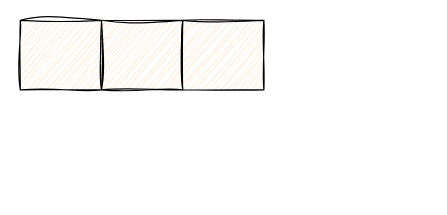
Before: tools/未命名绘图.drawio in webhairking/fe-interview, a draw.io diagram. Source tidied: cells renumbered, new cells numbered last; positions are measured from the earlier drawing's top-left corner, leaving out a move shared by most shapes. Both pictures are drawn from the tidied source at 116%, with x=0, y=0 at pixel (20, 20).
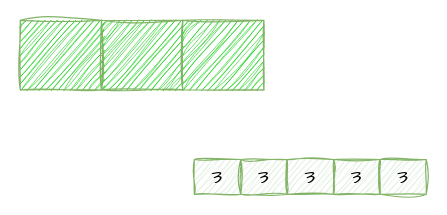
The same diagram, later.

What changed in the source:
```diff
@@
 <mxGraphModel>
   <root>
     <mxCell id="0" />
     <mxCell id="1" parent="0" />
-    <mxCell id="2" style="rounded=0;whiteSpace=wrap;html=1;fillColor=#ffe6cc;strokeColor=default;fillStyle=auto;shadow=0;sketch=1;curveFitting=1;jiggle=2;" parent="1" vertex="1">
+    <mxCell id="2" style="rounded=0;whiteSpace=wrap;html=1;fillColor=#00CC00;strokeColor=#82b366;fillStyle=auto;shadow=0;sketch=1;curveFitting=1;jiggle=2;" parent="1" vertex="1">
       <mxGeometry width="70" height="60" as="geometry" />
     </mxCell>
-    <mxCell id="3" style="whiteSpace=wrap;html=1;fillColor=#ffe6cc;rounded=0;fillStyle=auto;shadow=0;sketch=1;curveFitting=1;jiggle=2;" parent="1" vertex="1">
+    <mxCell id="3" style="whiteSpace=wrap;html=1;fillColor=#00CC00;rounded=0;fillStyle=auto;shadow=0;sketch=1;curveFitting=1;jiggle=2;strokeColor=#82b366;" parent="1" vertex="1">
       <mxGeometry x="70" width="70" height="60" as="geometry" />
     </mxCell>
-    <mxCell id="4" style="whiteSpace=wrap;html=1;fillColor=#ffe6cc;rounded=0;fillStyle=auto;shadow=0;sketch=1;curveFitting=1;jiggle=2;" parent="1" vertex="1">
+    <mxCell id="4" style="whiteSpace=wrap;html=1;fillColor=#00CC00;rounded=0;fillStyle=auto;shadow=0;sketch=1;curveFitting=1;jiggle=2;strokeColor=#82b366;" parent="1" vertex="1">
       <mxGeometry x="140" width="70" height="60" as="geometry" />
     </mxCell>
+    <mxCell id="5" value="&lt;font style=&quot;font-size: 18px;&quot;&gt;3&lt;/font&gt;" style="text;strokeColor=#82b366;align=center;fillColor=#d5e8d4;html=1;verticalAlign=middle;whiteSpace=wrap;rounded=0;fontFamily=Architects Daughter;sketch=1;curveFitting=1;jiggle=2;" parent="1" vertex="1">
+      <mxGeometry x="150" y="120" width="40" height="30" as="geometry" />
+    </mxCell>
+    <mxCell id="6" value="&lt;font style=&quot;font-size: 18px;&quot;&gt;3&lt;/font&gt;" style="text;strokeColor=#82b366;align=center;fillColor=#d5e8d4;html=1;verticalAlign=middle;whiteSpace=wrap;rounded=0;fontFamily=Architects Daughter;sketch=1;curveFitting=1;jiggle=2;" parent="1" vertex="1">
+      <mxGeometry x="190" y="120" width="40" height="30" as="geometry" />
+    </mxCell>
+    <mxCell id="7" value="&lt;font style=&quot;font-size: 18px;&quot;&gt;3&lt;/font&gt;" style="text;strokeColor=#82b366;align=center;fillColor=#d5e8d4;html=1;verticalAlign=middle;whiteSpace=wrap;rounded=0;fontFamily=Architects Daughter;sketch=1;curveFitting=1;jiggle=2;" parent="1" vertex="1">
+      <mxGeometry x="230" y="120" width="40" height="30" as="geometry" />
+    </mxCell>
+    <mxCell id="8" value="&lt;font style=&quot;font-size: 18px;&quot;&gt;3&lt;/font&gt;" style="text;strokeColor=#82b366;align=center;fillColor=#d5e8d4;html=1;verticalAlign=middle;whiteSpace=wrap;rounded=0;fontFamily=Architects Daughter;sketch=1;curveFitting=1;jiggle=2;" parent="1" vertex="1">
+      <mxGeometry x="270" y="120" width="40" height="30" as="geometry" />
+    </mxCell>
+    <mxCell id="9" value="&lt;font style=&quot;font-size: 18px;&quot;&gt;3&lt;/font&gt;" style="text;strokeColor=#82b366;align=center;fillColor=#d5e8d4;html=1;verticalAlign=middle;whiteSpace=wrap;rounded=0;fontFamily=Architects Daughter;sketch=1;curveFitting=1;jiggle=2;" parent="1" vertex="1">
+      <mxGeometry x="310" y="120" width="40" height="30" as="geometry" />
+    </mxCell>
   </root>
 </mxGraphModel>
```
